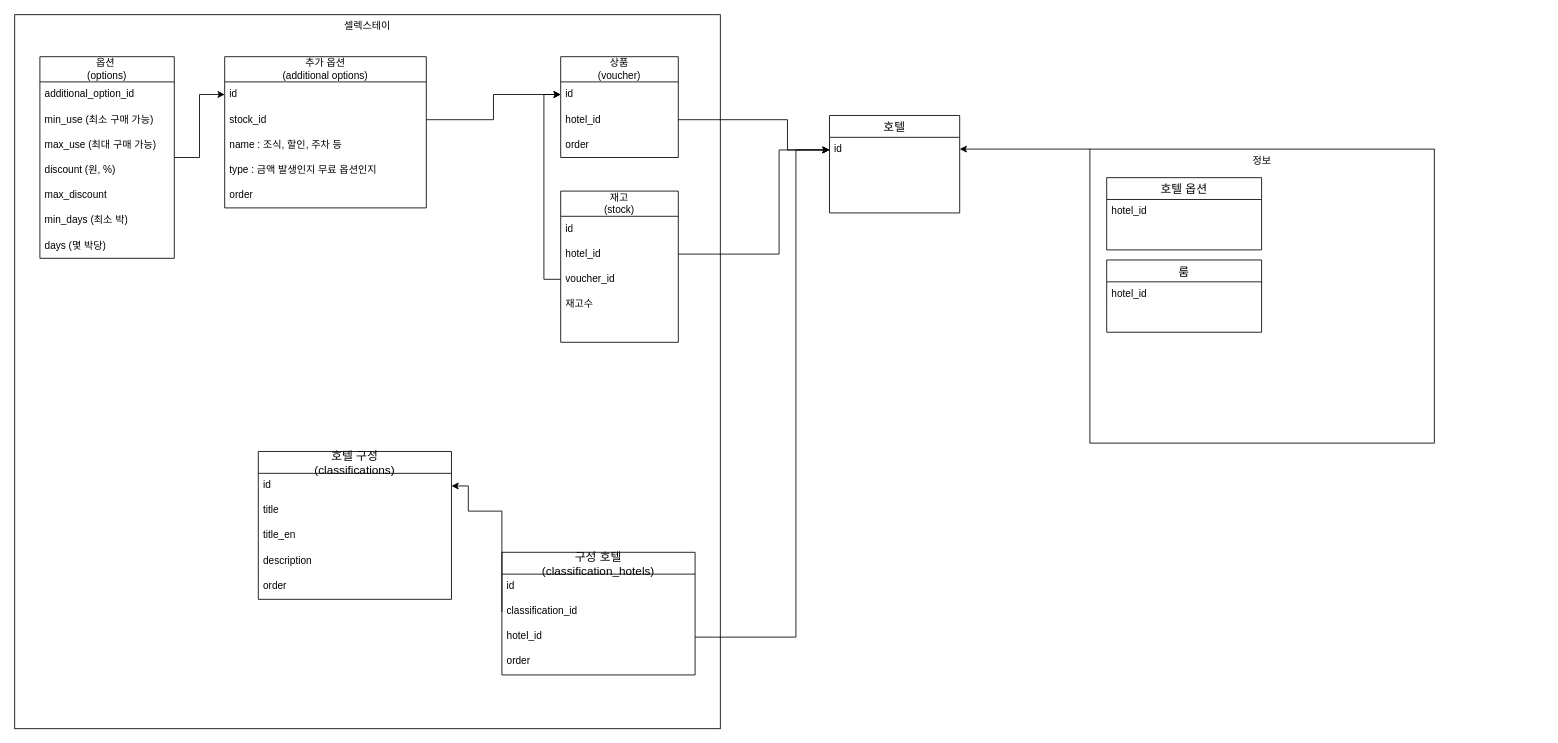
Above: 1.drawio in zuiderzee7/draw (draw.io), before the change. Source tidied: cells renumbered, new cells numbered last; positions are measured from the earlier drawing's top-left corner, leaving out a move shared by most shapes. Both pictures are drawn from the tidied source at 84%, with x=0, y=0 at pixel (14, 14).
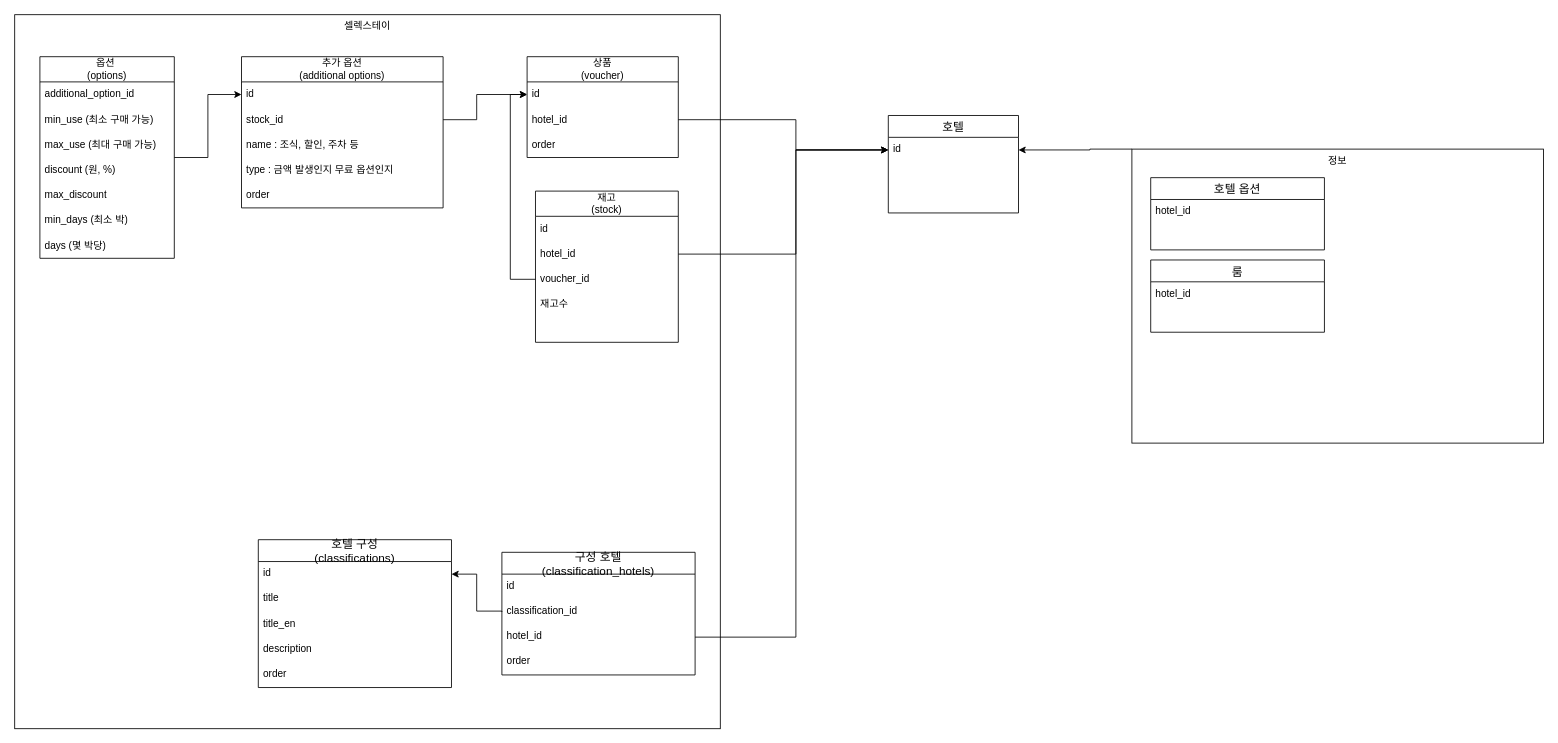
After the change.

Unchanged cells that the change refers to:
```xml
<mxCell id="4" value="id" style="text;strokeColor=none;fillColor=none;spacingLeft=4;spacingRight=4;overflow=hidden;points=[[0,0.5],[1,0.5]];portConstraint=eastwest;fontSize=12;" parent="3" vertex="1">
  <mxGeometry y="26" width="155" height="30" as="geometry" />
</mxCell>
<mxCell id="8" value="id" style="text;strokeColor=none;fillColor=none;spacingLeft=4;spacingRight=4;overflow=hidden;points=[[0,0.5],[1,0.5]];portConstraint=eastwest;fontSize=12;" parent="7" vertex="1">
  <mxGeometry y="26" width="230" height="30" as="geometry" />
</mxCell>
<mxCell id="15" value="classification_id" style="text;strokeColor=none;fillColor=none;spacingLeft=4;spacingRight=4;overflow=hidden;points=[[0,0.5],[1,0.5]];portConstraint=eastwest;fontSize=12;" parent="13" vertex="1">
  <mxGeometry y="56" width="230" height="30" as="geometry" />
</mxCell>
<mxCell id="23" value="stock_id" style="text;strokeColor=none;fillColor=none;align=left;verticalAlign=middle;spacingLeft=4;spacingRight=4;overflow=hidden;points=[[0,0.5],[1,0.5]];portConstraint=eastwest;whiteSpace=wrap;html=1;" parent="21" vertex="1">
  <mxGeometry y="60" width="240" height="30" as="geometry" />
</mxCell>
```

The edit, as a diff of the source:
```diff
@@
     <mxCell id="3" value="호텔" style="swimlane;fontStyle=0;horizontal=1;startSize=26;align=center;fontSize=14;flipH=1;rounded=0;swimlaneFillColor=default;" parent="1" vertex="1">
-      <mxGeometry x="970" y="120" width="155" height="116" as="geometry" />
+      <mxGeometry x="1040" y="120" width="155" height="116" as="geometry" />
     </mxCell>
@@
     <mxCell id="7" value="호텔 구성&#10;(classifications)" style="swimlane;fontStyle=0;horizontal=1;startSize=26;align=center;fontSize=14;" parent="1" vertex="1">
-      <mxGeometry x="290" y="520" width="230" height="176" as="geometry" />
+      <mxGeometry x="290" y="625" width="230" height="176" as="geometry" />
     </mxCell>
@@
     <mxCell id="18" style="edgeStyle=orthogonalEdgeStyle;rounded=0;jettySize=auto;html=1;entryX=1;entryY=0.5;entryDx=0;entryDy=0;exitX=0;exitY=0.5;exitDx=0;exitDy=0;" parent="1" edge="1" source="15" target="8">
       <mxGeometry relative="1" as="geometry">
         <Array as="points">
-          <mxPoint x="540" y="591" />
-          <mxPoint x="540" y="561" />
+          <mxPoint x="550" y="710" />
+          <mxPoint x="550" y="666" />
         </Array>
       </mxGeometry>
     </mxCell>
@@
     <mxCell id="21" value="추가 옵션&lt;br&gt;(additional options)" style="swimlane;fontStyle=0;horizontal=1;startSize=30;whiteSpace=wrap;html=1;" parent="1" vertex="1">
-      <mxGeometry x="250" y="50" width="240" height="180" as="geometry" />
+      <mxGeometry x="270" y="50" width="240" height="180" as="geometry" />
     </mxCell>
@@
     <mxCell id="27" value="상품&lt;br&gt;(voucher)" style="swimlane;fontStyle=0;horizontal=1;startSize=30;whiteSpace=wrap;html=1;" parent="1" vertex="1">
-      <mxGeometry x="650" y="50" width="140" height="120" as="geometry" />
+      <mxGeometry x="610" y="50" width="180" height="120" as="geometry" />
     </mxCell>
     <mxCell id="28" value="id" style="text;strokeColor=none;fillColor=none;align=left;verticalAlign=middle;spacingLeft=4;spacingRight=4;overflow=hidden;points=[[0,0.5],[1,0.5]];portConstraint=eastwest;whiteSpace=wrap;html=1;" parent="27" vertex="1">
-      <mxGeometry y="30" width="140" height="30" as="geometry" />
+      <mxGeometry y="30" width="180" height="30" as="geometry" />
     </mxCell>
     <mxCell id="29" value="hotel_id" style="text;strokeColor=none;fillColor=none;align=left;verticalAlign=middle;spacingLeft=4;spacingRight=4;overflow=hidden;points=[[0,0.5],[1,0.5]];portConstraint=eastwest;whiteSpace=wrap;html=1;" parent="27" vertex="1">
-      <mxGeometry y="60" width="140" height="30" as="geometry" />
+      <mxGeometry y="60" width="180" height="30" as="geometry" />
     </mxCell>
     <mxCell id="30" value="order" style="text;strokeColor=none;fillColor=none;align=left;verticalAlign=middle;spacingLeft=4;spacingRight=4;overflow=hidden;whiteSpace=wrap;html=1;" parent="27" vertex="1">
-      <mxGeometry y="90" width="140" height="30" as="geometry" />
+      <mxGeometry y="90" width="180" height="30" as="geometry" />
     </mxCell>
     <mxCell id="31" style="edgeStyle=orthogonalEdgeStyle;rounded=0;jettySize=auto;html=1;entryX=0;entryY=0.5;entryDx=0;entryDy=0;exitX=1;exitY=0.5;exitDx=0;exitDy=0;" parent="1" edge="1" source="23" target="28">
       <mxGeometry relative="1" as="geometry">
         <Array as="points">
-          <mxPoint x="570" y="125" />
-          <mxPoint x="570" y="95" />
+          <mxPoint x="550" y="125" />
+          <mxPoint x="550" y="95" />
         </Array>
       </mxGeometry>
     </mxCell>
     <mxCell id="32" style="edgeStyle=orthogonalEdgeStyle;rounded=0;jettySize=auto;html=1;entryX=0;entryY=0.5;entryDx=0;entryDy=0;" parent="1" edge="1" source="29" target="4">
       <mxGeometry relative="1" as="geometry">
         <Array as="points">
-          <mxPoint x="920" y="125" />
-          <mxPoint x="920" y="161" />
+          <mxPoint x="930" y="125" />
+          <mxPoint x="930" y="161" />
         </Array>
       </mxGeometry>
     </mxCell>
@@
     <mxCell id="42" value="재고&lt;br&gt;(stock)" style="swimlane;fontStyle=0;horizontal=1;startSize=30;whiteSpace=wrap;html=1;" parent="1" vertex="1">
-      <mxGeometry x="650" y="210" width="140" height="180" as="geometry" />
+      <mxGeometry x="620" y="210" width="170" height="180" as="geometry" />
     </mxCell>
     <mxCell id="43" value="id" style="text;strokeColor=none;fillColor=none;align=left;verticalAlign=middle;spacingLeft=4;spacingRight=4;overflow=hidden;whiteSpace=wrap;html=1;" parent="42" vertex="1">
-      <mxGeometry y="30" width="140" height="30" as="geometry" />
+      <mxGeometry y="30" width="170" height="30" as="geometry" />
     </mxCell>
     <mxCell id="44" value="hotel_id" style="text;strokeColor=none;fillColor=none;align=left;verticalAlign=middle;spacingLeft=4;spacingRight=4;overflow=hidden;points=[[0,0.5],[1,0.5]];portConstraint=eastwest;whiteSpace=wrap;html=1;" parent="42" vertex="1">
-      <mxGeometry y="60" width="140" height="30" as="geometry" />
+      <mxGeometry y="60" width="170" height="30" as="geometry" />
     </mxCell>
     <mxCell id="45" value="voucher_id" style="text;strokeColor=none;fillColor=none;align=left;verticalAlign=middle;spacingLeft=4;spacingRight=4;overflow=hidden;points=[[0,0.5],[1,0.5]];portConstraint=eastwest;whiteSpace=wrap;html=1;" parent="42" vertex="1">
-      <mxGeometry y="90" width="140" height="30" as="geometry" />
+      <mxGeometry y="90" width="170" height="30" as="geometry" />
     </mxCell>
     <mxCell id="46" value="재고수" style="text;strokeColor=none;fillColor=none;align=left;verticalAlign=middle;spacingLeft=4;spacingRight=4;overflow=hidden;whiteSpace=wrap;html=1;" parent="42" vertex="1">
-      <mxGeometry y="120" width="140" height="30" as="geometry" />
+      <mxGeometry y="120" width="170" height="30" as="geometry" />
     </mxCell>
     <mxCell id="47" style="text;strokeColor=none;fillColor=none;align=left;verticalAlign=middle;spacingLeft=4;spacingRight=4;overflow=hidden;whiteSpace=wrap;html=1;" parent="42" vertex="1">
-      <mxGeometry y="150" width="140" height="30" as="geometry" />
+      <mxGeometry y="150" width="170" height="30" as="geometry" />
     </mxCell>
@@
     <mxCell id="49" style="edgeStyle=orthogonalEdgeStyle;rounded=0;jettySize=auto;html=1;entryX=0;entryY=0.5;entryDx=0;entryDy=0;" parent="1" edge="1" source="44" target="4">
       <mxGeometry relative="1" as="geometry">
         <Array as="points">
-          <mxPoint x="910" y="285" />
-          <mxPoint x="910" y="161" />
+          <mxPoint x="930" y="285" />
+          <mxPoint x="930" y="161" />
         </Array>
       </mxGeometry>
     </mxCell>
-    <mxCell id="50" style="group;" parent="1" vertex="1">
-      <mxGeometry x="1280" y="160" width="410" height="350" as="geometry" />
-    </mxCell>
-    <mxCell id="51" value="정보" style="rounded=0;whiteSpace=wrap;html=1;align=center;verticalAlign=top;" parent="50" vertex="1">
-      <mxGeometry width="410" height="350" as="geometry" />
+    <mxCell id="51" value="정보" style="rounded=0;whiteSpace=wrap;html=1;align=center;verticalAlign=top;" parent="1" vertex="1">
+      <mxGeometry x="1330" y="160" width="490" height="350" as="geometry" />
     </mxCell>
-    <mxCell id="52" style="group;" parent="50" vertex="1">
-      <mxGeometry x="20" y="34" width="184.3" height="86" as="geometry" />
+    <mxCell id="52" style="group;" parent="1" vertex="1">
+      <mxGeometry x="1352.4" y="194" width="206.8" height="86" as="geometry" />
     </mxCell>
     <mxCell id="53" value="hotel_id" style="text;strokeColor=none;fillColor=none;spacingLeft=4;spacingRight=4;overflow=hidden;fontSize=12;" parent="52" vertex="1">
-      <mxGeometry y="26" width="184.4" height="30" as="geometry" />
+      <mxGeometry y="26" width="206.8" height="30" as="geometry" />
     </mxCell>
     <mxCell id="54" value="호텔 옵션" style="swimlane;fontStyle=0;horizontal=1;startSize=26;align=center;fontSize=14;flipH=1;" parent="52" vertex="1">
-      <mxGeometry width="184.4" height="86" as="geometry" />
+      <mxGeometry width="206.8" height="86" as="geometry" />
     </mxCell>
-    <mxCell id="55" style="group;" parent="50" vertex="1">
-      <mxGeometry x="20" y="132" width="184.3" height="86" as="geometry" />
+    <mxCell id="55" style="group;" parent="1" vertex="1">
+      <mxGeometry x="1352.4" y="292" width="206.8" height="86" as="geometry" />
     </mxCell>
     <mxCell id="56" value="룸" style="swimlane;fontStyle=0;horizontal=1;startSize=26;align=center;fontSize=14;flipH=1;" parent="55" vertex="1">
-      <mxGeometry width="184.4" height="86" as="geometry" />
+      <mxGeometry width="206.8" height="86" as="geometry" />
     </mxCell>
     <mxCell id="57" value="hotel_id" style="text;strokeColor=none;fillColor=none;spacingLeft=4;spacingRight=4;overflow=hidden;fontSize=12;" parent="55" vertex="1">
-      <mxGeometry y="26" width="184.4" height="30" as="geometry" />
+      <mxGeometry y="26" width="206.8" height="30" as="geometry" />
     </mxCell>
     <mxCell id="58" style="text;strokeColor=none;fillColor=none;spacingLeft=4;spacingRight=4;overflow=hidden;fontSize=12;" parent="55" vertex="1">
-      <mxGeometry y="56" width="184.4" height="30" as="geometry" />
+      <mxGeometry y="56" width="206.8" height="30" as="geometry" />
     </mxCell>
```
